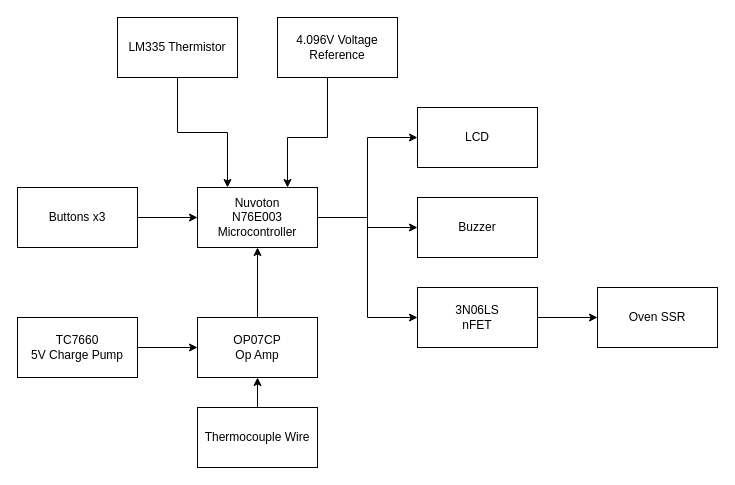
shihlings/elec291-project1 keeps this draw.io diagram as Hardware_Block.drawio. Above is the earlier version. Source tidied: cells renumbered, new cells numbered last; positions are measured from the earlier drawing's top-left corner, leaving out a move shared by most shapes. Both pictures are drawn from the tidied source at 100%, with x=0, y=0 at pixel (17, 17).
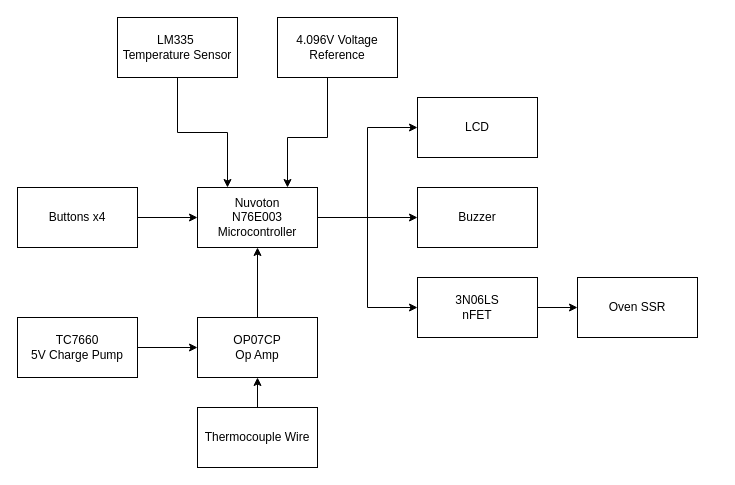
After the change.

Commit message (it also covers changes not shown here):
update hardware diagram

The change refers to these unchanged cells:
```xml
<mxCell id="5" value="&lt;div&gt;Nuvoton&lt;/div&gt;&lt;div&gt;N76E003&lt;/div&gt;&lt;div&gt;Microcontroller&lt;br&gt;&lt;/div&gt;" style="whiteSpace=wrap;html=1;" parent="1" vertex="1">
  <mxGeometry x="180" y="170" width="120" height="60" as="geometry" />
</mxCell>
```

Change to the diagram source:
```diff
@@
     <mxCell id="4" style="edgeStyle=orthogonalEdgeStyle;rounded=0;jettySize=auto;html=1;exitX=1;exitY=0.5;exitDx=0;exitDy=0;entryX=0;entryY=0.5;entryDx=0;entryDy=0;" parent="1" edge="1" source="5" target="16">
       <mxGeometry relative="1" as="geometry">
         <Array as="points">
           <mxPoint x="350" y="200" />
-          <mxPoint x="350" y="300" />
+          <mxPoint x="350" y="290" />
         </Array>
       </mxGeometry>
     </mxCell>
@@
     <mxCell id="6" value="Buzzer" style="whiteSpace=wrap;html=1;" parent="1" vertex="1">
-      <mxGeometry x="400" y="180" width="120" height="60" as="geometry" />
+      <mxGeometry x="400" y="170" width="120" height="60" as="geometry" />
     </mxCell>
@@
-    <mxCell id="8" value="Buttons x3" style="whiteSpace=wrap;html=1;" parent="1" vertex="1">
+    <mxCell id="8" value="Buttons x4" style="whiteSpace=wrap;html=1;" parent="1" vertex="1">
       <mxGeometry y="170" width="120" height="60" as="geometry" />
     </mxCell>
@@
-    <mxCell id="10" value="LM335 Thermistor" style="whiteSpace=wrap;html=1;" parent="1" vertex="1">
+    <mxCell id="10" value="&lt;div&gt;LM335&amp;nbsp;&lt;/div&gt;&lt;div&gt;Temperature Sensor&lt;/div&gt;" style="whiteSpace=wrap;html=1;" parent="1" vertex="1">
       <mxGeometry x="100" width="120" height="60" as="geometry" />
     </mxCell>
@@
     <mxCell id="16" value="&lt;div&gt;3N06LS&lt;/div&gt;&lt;div&gt;nFET&lt;/div&gt;" style="whiteSpace=wrap;html=1;" parent="1" vertex="1">
-      <mxGeometry x="400" y="270" width="120" height="60" as="geometry" />
+      <mxGeometry x="400" y="260" width="120" height="60" as="geometry" />
     </mxCell>
     <mxCell id="17" value="Oven SSR" style="whiteSpace=wrap;html=1;" parent="1" vertex="1">
-      <mxGeometry x="580" y="270" width="120" height="60" as="geometry" />
+      <mxGeometry x="560" y="260" width="120" height="60" as="geometry" />
     </mxCell>
@@
     <mxCell id="20" value="LCD" style="whiteSpace=wrap;html=1;" parent="1" vertex="1">
-      <mxGeometry x="400" y="90" width="120" height="60" as="geometry" />
+      <mxGeometry x="400" y="80" width="120" height="60" as="geometry" />
     </mxCell>
@@
+    <mxCell id="23" style="edgeStyle=orthogonalEdgeStyle;rounded=0;orthogonalLoop=1;jettySize=auto;html=1;exitX=0.5;exitY=1;exitDx=0;exitDy=0;" parent="1" edge="1" source="17" target="17">
+      <mxGeometry relative="1" as="geometry" />
+    </mxCell>
```
